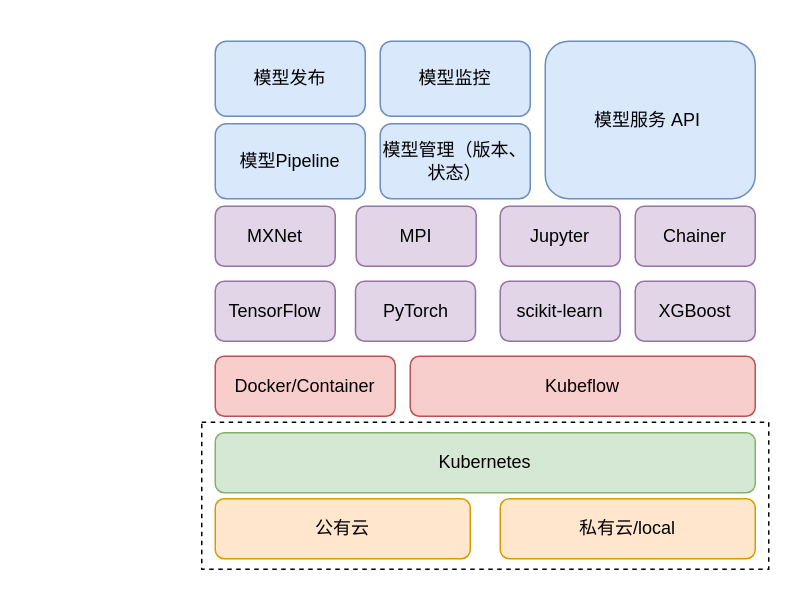
Earlier version of the draw.io diagram ev-warning-platform.drawio (Max-yuki/share). Source tidied: cells renumbered, new cells numbered last; positions are measured from the earlier drawing's top-left corner, leaving out a move shared by most shapes. Both pictures are drawn from the tidied source at 150%, with x=0, y=0 at pixel (201, 40).
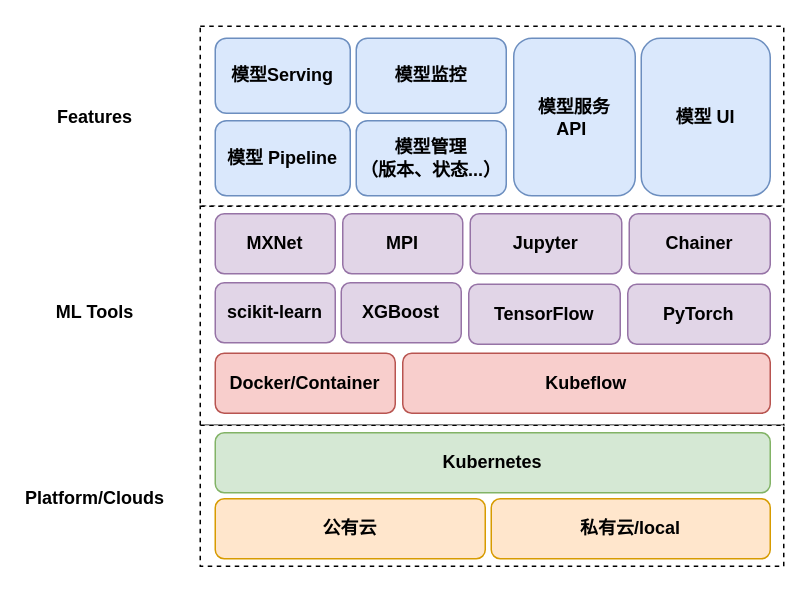
The same page after the edit.

Diff of the diagram source:
```diff
@@
+    <mxCell id="21" style="rounded=0;whiteSpace=wrap;html=1;dashed=1;fontStyle=1;gradientColor=#ffffff;gradientDirection=east;" parent="1" vertex="1">
+      <mxGeometry x="-1" y="-10" width="389" height="120" as="geometry" />
+    </mxCell>
+    <mxCell id="22" style="rounded=0;whiteSpace=wrap;html=1;dashed=1;fontStyle=1;" parent="1" vertex="1">
+      <mxGeometry x="-1" y="110" width="389" height="146" as="geometry" />
+    </mxCell>
-    <mxCell id="2" style="rounded=0;whiteSpace=wrap;html=1;dashed=1;" parent="1" vertex="1">
-      <mxGeometry y="254" width="378" height="98" as="geometry" />
+    <mxCell id="2" style="rounded=0;whiteSpace=wrap;html=1;dashed=1;fontStyle=1;" parent="1" vertex="1">
+      <mxGeometry x="-1" y="256" width="389" height="94" as="geometry" />
     </mxCell>
-    <mxCell id="3" value="Kubernetes" style="rounded=1;whiteSpace=wrap;html=1;fillColor=#d5e8d4;strokeColor=#82b366;" parent="1" vertex="1">
-      <mxGeometry x="9" y="261" width="360" height="40" as="geometry" />
+    <mxCell id="3" value="Kubernetes" style="rounded=1;whiteSpace=wrap;html=1;fillColor=#d5e8d4;strokeColor=#82b366;fontStyle=1;" parent="1" vertex="1">
+      <mxGeometry x="9" y="261" width="370" height="40" as="geometry" />
     </mxCell>
-    <mxCell id="4" value="公有云" style="rounded=1;whiteSpace=wrap;html=1;fillColor=#ffe6cc;strokeColor=#d79b00;" parent="1" vertex="1">
-      <mxGeometry x="9" y="305" width="170" height="40" as="geometry" />
+    <mxCell id="4" value="公有云" style="rounded=1;whiteSpace=wrap;html=1;fillColor=#ffe6cc;strokeColor=#d79b00;fontStyle=1;" parent="1" vertex="1">
+      <mxGeometry x="9" y="305" width="180" height="40" as="geometry" />
     </mxCell>
-    <mxCell id="5" value="私有云/local" style="rounded=1;whiteSpace=wrap;html=1;fillColor=#ffe6cc;strokeColor=#d79b00;" parent="1" vertex="1">
-      <mxGeometry x="199" y="305" width="170" height="40" as="geometry" />
+    <mxCell id="5" value="私有云/local" style="rounded=1;whiteSpace=wrap;html=1;fillColor=#ffe6cc;strokeColor=#d79b00;fontStyle=1;" parent="1" vertex="1">
+      <mxGeometry x="193" y="305" width="186" height="40" as="geometry" />
     </mxCell>
-    <mxCell id="6" value="Kubeflow" style="rounded=1;whiteSpace=wrap;html=1;fillColor=#f8cecc;strokeColor=#b85450;" parent="1" vertex="1">
-      <mxGeometry x="139" y="210" width="230" height="40" as="geometry" />
+    <mxCell id="6" value="Kubeflow" style="rounded=1;whiteSpace=wrap;html=1;fillColor=#f8cecc;strokeColor=#b85450;fontStyle=1;" parent="1" vertex="1">
+      <mxGeometry x="134" y="208" width="245" height="40" as="geometry" />
     </mxCell>
-    <mxCell id="7" value="Docker/Container" style="rounded=1;whiteSpace=wrap;html=1;fillColor=#f8cecc;strokeColor=#b85450;" parent="1" vertex="1">
-      <mxGeometry x="9" y="210" width="120" height="40" as="geometry" />
+    <mxCell id="7" value="Docker/Container" style="rounded=1;whiteSpace=wrap;html=1;fillColor=#f8cecc;strokeColor=#b85450;fontStyle=1;" parent="1" vertex="1">
+      <mxGeometry x="9" y="208" width="120" height="40" as="geometry" />
     </mxCell>
-    <mxCell id="8" value="TensorFlow" style="rounded=1;whiteSpace=wrap;html=1;fillColor=#e1d5e7;strokeColor=#9673a6;" parent="1" vertex="1">
-      <mxGeometry x="9" y="160" width="80" height="40" as="geometry" />
+    <mxCell id="8" value="TensorFlow" style="rounded=1;whiteSpace=wrap;html=1;fillColor=#e1d5e7;strokeColor=#9673a6;fontStyle=1;" parent="1" vertex="1">
+      <mxGeometry x="178" y="162" width="101" height="40" as="geometry" />
     </mxCell>
-    <mxCell id="9" value="PyTorch" style="rounded=1;whiteSpace=wrap;html=1;fillColor=#e1d5e7;strokeColor=#9673a6;" parent="1" vertex="1">
-      <mxGeometry x="102.5" y="160" width="80" height="40" as="geometry" />
+    <mxCell id="9" value="PyTorch" style="rounded=1;whiteSpace=wrap;html=1;fillColor=#e1d5e7;strokeColor=#9673a6;fontStyle=1;" parent="1" vertex="1">
+      <mxGeometry x="284" y="162" width="95" height="40" as="geometry" />
     </mxCell>
-    <mxCell id="10" value="scikit-learn" style="rounded=1;whiteSpace=wrap;html=1;fillColor=#e1d5e7;strokeColor=#9673a6;" parent="1" vertex="1">
-      <mxGeometry x="199" y="160" width="80" height="40" as="geometry" />
+    <mxCell id="10" value="scikit-learn" style="rounded=1;whiteSpace=wrap;html=1;fillColor=#e1d5e7;strokeColor=#9673a6;fontStyle=1;" parent="1" vertex="1">
+      <mxGeometry x="9" y="161" width="80" height="40" as="geometry" />
     </mxCell>
-    <mxCell id="11" value="XGBoost" style="rounded=1;whiteSpace=wrap;html=1;fillColor=#e1d5e7;strokeColor=#9673a6;" parent="1" vertex="1">
-      <mxGeometry x="289" y="160" width="80" height="40" as="geometry" />
+    <mxCell id="11" value="XGBoost" style="rounded=1;whiteSpace=wrap;html=1;fillColor=#e1d5e7;strokeColor=#9673a6;fontStyle=1;" parent="1" vertex="1">
+      <mxGeometry x="93" y="161" width="80" height="40" as="geometry" />
     </mxCell>
-    <mxCell id="12" value="MXNet" style="rounded=1;whiteSpace=wrap;html=1;fillColor=#e1d5e7;strokeColor=#9673a6;" parent="1" vertex="1">
-      <mxGeometry x="9" y="110" width="80" height="40" as="geometry" />
+    <mxCell id="12" value="MXNet" style="rounded=1;whiteSpace=wrap;html=1;fillColor=#e1d5e7;strokeColor=#9673a6;fontStyle=1;" parent="1" vertex="1">
+      <mxGeometry x="9" y="115" width="80" height="40" as="geometry" />
     </mxCell>
-    <mxCell id="13" value="MPI" style="rounded=1;whiteSpace=wrap;html=1;fillColor=#e1d5e7;strokeColor=#9673a6;" parent="1" vertex="1">
-      <mxGeometry x="103" y="110" width="80" height="40" as="geometry" />
+    <mxCell id="13" value="MPI" style="rounded=1;whiteSpace=wrap;html=1;fillColor=#e1d5e7;strokeColor=#9673a6;fontStyle=1;" parent="1" vertex="1">
+      <mxGeometry x="94" y="115" width="80" height="40" as="geometry" />
     </mxCell>
-    <mxCell id="14" value="Jupyter" style="rounded=1;whiteSpace=wrap;html=1;fillColor=#e1d5e7;strokeColor=#9673a6;" parent="1" vertex="1">
-      <mxGeometry x="199" y="110" width="80" height="40" as="geometry" />
+    <mxCell id="14" value="Jupyter" style="rounded=1;whiteSpace=wrap;html=1;fillColor=#e1d5e7;strokeColor=#9673a6;fontStyle=1;" parent="1" vertex="1">
+      <mxGeometry x="179" y="115" width="101" height="40" as="geometry" />
     </mxCell>
-    <mxCell id="15" value="Chainer" style="rounded=1;whiteSpace=wrap;html=1;fillColor=#e1d5e7;strokeColor=#9673a6;" parent="1" vertex="1">
-      <mxGeometry x="289" y="110" width="80" height="40" as="geometry" />
+    <mxCell id="15" value="Chainer" style="rounded=1;whiteSpace=wrap;html=1;fillColor=#e1d5e7;strokeColor=#9673a6;fontStyle=1;" parent="1" vertex="1">
+      <mxGeometry x="285" y="115" width="94" height="40" as="geometry" />
     </mxCell>
-    <mxCell id="16" value="模型服务 API&amp;nbsp;" style="rounded=1;whiteSpace=wrap;html=1;fillColor=#dae8fc;strokeColor=#6c8ebf;" parent="1" vertex="1">
-      <mxGeometry x="229" width="140" height="105" as="geometry" />
+    <mxCell id="16" value="模型服务 &lt;br&gt;API&amp;nbsp;" style="rounded=1;whiteSpace=wrap;html=1;fillColor=#dae8fc;strokeColor=#6c8ebf;fontStyle=1;" parent="1" vertex="1">
+      <mxGeometry x="208" y="-2" width="81" height="105" as="geometry" />
     </mxCell>
-    <mxCell id="17" value="模型监控" style="rounded=1;whiteSpace=wrap;html=1;fillColor=#dae8fc;strokeColor=#6c8ebf;" parent="1" vertex="1">
-      <mxGeometry x="119" width="100" height="50" as="geometry" />
+    <mxCell id="17" value="模型监控" style="rounded=1;whiteSpace=wrap;html=1;fillColor=#dae8fc;strokeColor=#6c8ebf;fontStyle=1;" parent="1" vertex="1">
+      <mxGeometry x="103" y="-2" width="100" height="50" as="geometry" />
     </mxCell>
-    <mxCell id="18" value="模型发布" style="rounded=1;whiteSpace=wrap;html=1;fillColor=#dae8fc;strokeColor=#6c8ebf;" parent="1" vertex="1">
-      <mxGeometry x="9" width="100" height="50" as="geometry" />
+    <mxCell id="18" value="模型Serving" style="rounded=1;whiteSpace=wrap;html=1;fillColor=#dae8fc;strokeColor=#6c8ebf;fontStyle=1;" parent="1" vertex="1">
+      <mxGeometry x="9" y="-2" width="90" height="50" as="geometry" />
     </mxCell>
-    <mxCell id="19" value="模型Pipeline" style="rounded=1;whiteSpace=wrap;html=1;fillColor=#dae8fc;strokeColor=#6c8ebf;" parent="1" vertex="1">
-      <mxGeometry x="9" y="55" width="100" height="50" as="geometry" />
+    <mxCell id="19" value="模型 Pipeline" style="rounded=1;whiteSpace=wrap;html=1;fillColor=#dae8fc;strokeColor=#6c8ebf;fontStyle=1;" parent="1" vertex="1">
+      <mxGeometry x="9" y="53" width="90" height="50" as="geometry" />
     </mxCell>
-    <mxCell id="20" value="模型管理（版本、状态）" style="rounded=1;whiteSpace=wrap;html=1;fillColor=#dae8fc;strokeColor=#6c8ebf;" parent="1" vertex="1">
-      <mxGeometry x="119" y="55" width="100" height="50" as="geometry" />
+    <mxCell id="20" value="模型管理&lt;br&gt;（版本、状态...）" style="rounded=1;whiteSpace=wrap;html=1;fillColor=#dae8fc;strokeColor=#6c8ebf;fontStyle=1;" parent="1" vertex="1">
+      <mxGeometry x="103" y="53" width="100" height="50" as="geometry" />
     </mxCell>
+    <mxCell id="23" value="模型 UI" style="rounded=1;whiteSpace=wrap;html=1;fillColor=#dae8fc;strokeColor=#6c8ebf;fontStyle=1;" parent="1" vertex="1">
+      <mxGeometry x="293" y="-2" width="86" height="105" as="geometry" />
+    </mxCell>
+    <mxCell id="24" value="Platform/Clouds" style="text;html=1;strokeColor=none;fillColor=none;align=center;verticalAlign=middle;whiteSpace=wrap;rounded=0;fontStyle=1;" parent="1" vertex="1">
+      <mxGeometry x="-101" y="290" width="60" height="30" as="geometry" />
+    </mxCell>
+    <mxCell id="25" value="ML Tools" style="text;html=1;strokeColor=none;fillColor=none;align=center;verticalAlign=middle;whiteSpace=wrap;rounded=0;fontStyle=1;" parent="1" vertex="1">
+      <mxGeometry x="-101" y="166" width="60" height="30" as="geometry" />
+    </mxCell>
+    <mxCell id="26" value="Features" style="text;html=1;strokeColor=none;fillColor=none;align=center;verticalAlign=middle;whiteSpace=wrap;rounded=0;fontStyle=1;" parent="1" vertex="1">
+      <mxGeometry x="-101" y="35.5" width="60" height="30" as="geometry" />
+    </mxCell>
```
